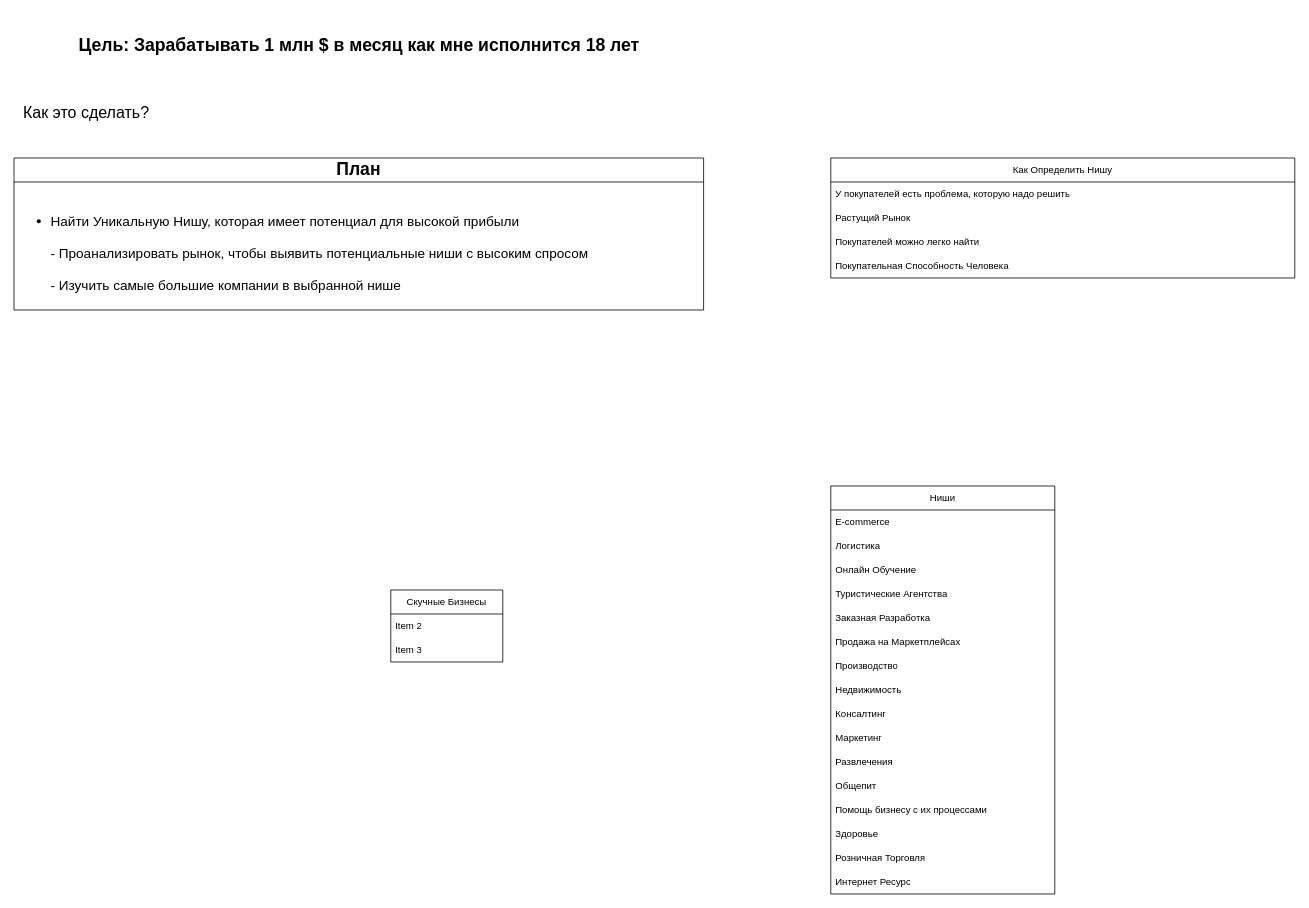
The draw.io diagram Мой Бизнес.drawio in 3Noleve/drawio-diagrams, before the edit. Source tidied: cells renumbered, new cells numbered last; positions are measured from the earlier drawing's top-left corner, leaving out a move shared by most shapes. Both pictures are drawn from the tidied source at 80%, with x=0, y=0 at pixel (14, 30).
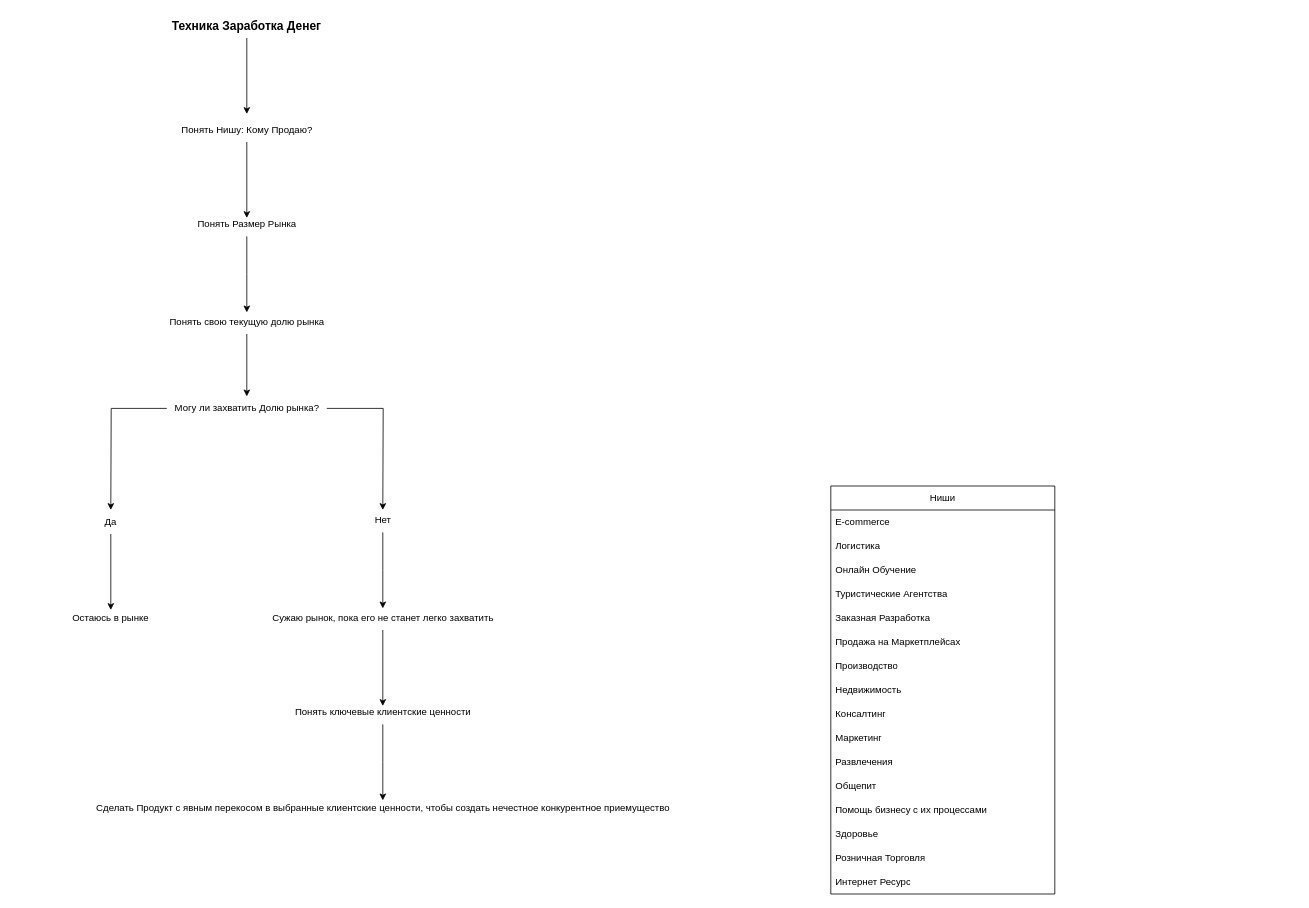
The same page after the edit.

What changed in the source:
```diff
@@
-    <mxCell id="2" value="&lt;font style=&quot;font-size: 22px;&quot;&gt;&lt;b&gt;Цель: Зарабатывать 1 млн $ в месяц как мне исполнится 18 лет&lt;/b&gt;&lt;/font&gt;" style="text;html=1;align=center;verticalAlign=middle;strokeColor=none;fillColor=none;" parent="1" vertex="1">
-      <mxGeometry x="71" width="720" height="40" as="geometry" />
-    </mxCell>
-    <mxCell id="3" value="&lt;font style=&quot;font-size: 20px;&quot;&gt;Как это сделать?&lt;/font&gt;" style="text;html=1;align=center;verticalAlign=middle;strokeColor=none;fillColor=none;" parent="1" vertex="1">
-      <mxGeometry y="83" width="180" height="40" as="geometry" />
-    </mxCell>
-    <mxCell id="4" value="&lt;font style=&quot;font-size: 22px;&quot;&gt;&lt;b&gt;План&lt;/b&gt;&lt;/font&gt;" style="swimlane;fontStyle=0;horizontal=1;startSize=30;whiteSpace=wrap;html=1;" parent="1" vertex="1">
-      <mxGeometry y="160" width="862" height="190" as="geometry" />
-    </mxCell>
-    <mxCell id="5" value="&lt;div&gt;&lt;span style=&quot;font-size: 17px;&quot;&gt;&lt;br&gt;&lt;/span&gt;&lt;/div&gt;&lt;ul style=&quot;font-size: 17px;&quot;&gt;&lt;li&gt;&lt;span style=&quot;font-size: 17px;&quot;&gt;Найти Уникальную Нишу, которая имеет потенциал для высокой прибыли&lt;br&gt;&lt;br&gt;- Проанализировать рынок, чтобы выявить потенциальные ниши с высоким спросом&lt;br&gt;&lt;/span&gt;&lt;br&gt;- Изучить самые большие компании в выбранной нише&lt;/li&gt;&lt;/ul&gt;" style="text;strokeColor=none;fillColor=none;align=left;verticalAlign=middle;spacingLeft=4;spacingRight=4;overflow=hidden;whiteSpace=wrap;html=1;" parent="4" vertex="1">
-      <mxGeometry y="30" width="862" height="160" as="geometry" />
-    </mxCell>
-    <mxCell id="6" value="Как Определить Нишу" style="swimlane;fontStyle=0;horizontal=1;startSize=30;whiteSpace=wrap;html=1;" parent="1" vertex="1">
-      <mxGeometry x="1021" y="160" width="580" height="150" as="geometry" />
-    </mxCell>
-    <mxCell id="7" value="У покупателей есть проблема, которую надо решить" style="text;strokeColor=none;fillColor=none;align=left;verticalAlign=middle;spacingLeft=4;spacingRight=4;overflow=hidden;whiteSpace=wrap;html=1;" parent="6" vertex="1">
-      <mxGeometry y="30" width="580" height="30" as="geometry" />
-    </mxCell>
-    <mxCell id="8" value="Растущий Рынок" style="text;strokeColor=none;fillColor=none;align=left;verticalAlign=middle;spacingLeft=4;spacingRight=4;overflow=hidden;whiteSpace=wrap;html=1;" parent="6" vertex="1">
-      <mxGeometry y="60" width="580" height="30" as="geometry" />
-    </mxCell>
-    <mxCell id="9" value="Покупателей можно легко найти" style="text;strokeColor=none;fillColor=none;align=left;verticalAlign=middle;spacingLeft=4;spacingRight=4;overflow=hidden;whiteSpace=wrap;html=1;" parent="6" vertex="1">
-      <mxGeometry y="90" width="580" height="30" as="geometry" />
-    </mxCell>
-    <mxCell id="10" value="Покупательная Способность Человека" style="text;strokeColor=none;fillColor=none;align=left;verticalAlign=middle;spacingLeft=4;spacingRight=4;overflow=hidden;whiteSpace=wrap;html=1;" parent="6" vertex="1">
-      <mxGeometry y="120" width="580" height="30" as="geometry" />
-    </mxCell>
@@
-    <mxCell id="28" value="Скучные Бизнесы" style="swimlane;fontStyle=0;horizontal=1;startSize=30;whiteSpace=wrap;html=1;" parent="1" vertex="1">
-      <mxGeometry x="471" y="700" width="140" height="90" as="geometry" />
-    </mxCell>
-    <mxCell id="29" value="Item 2" style="text;strokeColor=none;fillColor=none;align=left;verticalAlign=middle;spacingLeft=4;spacingRight=4;overflow=hidden;whiteSpace=wrap;html=1;" parent="28" vertex="1">
-      <mxGeometry y="30" width="140" height="30" as="geometry" />
-    </mxCell>
-    <mxCell id="30" value="Item 3" style="text;strokeColor=none;fillColor=none;align=left;verticalAlign=middle;spacingLeft=4;spacingRight=4;overflow=hidden;whiteSpace=wrap;html=1;" parent="28" vertex="1">
-      <mxGeometry y="60" width="140" height="30" as="geometry" />
-    </mxCell>
+    <mxCell id="31" style="edgeStyle=orthogonalEdgeStyle;rounded=0;jettySize=auto;html=1;" parent="1" edge="1" source="32">
+      <mxGeometry relative="1" as="geometry">
+        <mxPoint x="291" y="105" as="targetPoint" />
+      </mxGeometry>
+    </mxCell>
+    <mxCell id="32" value="&lt;b&gt;&lt;font style=&quot;font-size: 15px;&quot;&gt;Техника Заработка Денег&lt;/font&gt;&lt;/b&gt;" style="text;html=1;strokeColor=none;fillColor=none;align=center;verticalAlign=middle;whiteSpace=wrap;rounded=0;" parent="1" vertex="1">
+      <mxGeometry x="196" y="-20" width="190" height="30" as="geometry" />
+    </mxCell>
+    <mxCell id="33" style="edgeStyle=orthogonalEdgeStyle;rounded=0;orthogonalLoop=1;jettySize=auto;html=1;exitX=0.5;exitY=1;exitDx=0;exitDy=0;" parent="1" edge="1" source="32" target="32">
+      <mxGeometry relative="1" as="geometry" />
+    </mxCell>
+    <mxCell id="34" style="edgeStyle=orthogonalEdgeStyle;rounded=0;jettySize=auto;html=1;" parent="1" edge="1" source="35">
+      <mxGeometry relative="1" as="geometry">
+        <mxPoint x="291" y="235" as="targetPoint" />
+      </mxGeometry>
+    </mxCell>
+    <mxCell id="35" value="Понять Нишу: Кому Продаю?" style="text;html=1;align=center;verticalAlign=middle;points=[];strokeColor=none;fillColor=none;" parent="1" vertex="1">
+      <mxGeometry x="196" y="110" width="190" height="30" as="geometry" />
+    </mxCell>
+    <mxCell id="36" style="edgeStyle=orthogonalEdgeStyle;rounded=0;jettySize=auto;html=1;" parent="1" edge="1" source="37">
+      <mxGeometry relative="1" as="geometry">
+        <mxPoint x="291" y="353" as="targetPoint" />
+      </mxGeometry>
+    </mxCell>
+    <mxCell id="37" value="Понять Размер Рынка" style="text;html=1;align=center;verticalAlign=middle;points=[];strokeColor=none;fillColor=none;" parent="1" vertex="1">
+      <mxGeometry x="216" y="228" width="150" height="30" as="geometry" />
+    </mxCell>
+    <mxCell id="38" style="edgeStyle=orthogonalEdgeStyle;rounded=0;jettySize=auto;html=1;" parent="1" edge="1" source="40">
+      <mxGeometry relative="1" as="geometry">
+        <mxPoint x="121" y="600" as="targetPoint" />
+      </mxGeometry>
+    </mxCell>
+    <mxCell id="39" style="edgeStyle=orthogonalEdgeStyle;rounded=0;jettySize=auto;html=1;" parent="1" edge="1" source="40">
+      <mxGeometry relative="1" as="geometry">
+        <mxPoint x="461" y="600" as="targetPoint" />
+      </mxGeometry>
+    </mxCell>
+    <mxCell id="40" value="Могу ли захватить Долю рынка?" style="text;html=1;align=center;verticalAlign=middle;points=[];strokeColor=none;fillColor=none;" parent="1" vertex="1">
+      <mxGeometry x="191" y="458" width="200" height="30" as="geometry" />
+    </mxCell>
+    <mxCell id="41" style="edgeStyle=orthogonalEdgeStyle;rounded=0;jettySize=auto;html=1;" parent="1" edge="1" source="42">
+      <mxGeometry relative="1" as="geometry">
+        <mxPoint x="121" y="725" as="targetPoint" />
+      </mxGeometry>
+    </mxCell>
+    <mxCell id="42" value="Да" style="text;html=1;strokeColor=none;fillColor=none;align=center;verticalAlign=middle;whiteSpace=wrap;rounded=0;" parent="1" vertex="1">
+      <mxGeometry x="91" y="600" width="60" height="30" as="geometry" />
+    </mxCell>
+    <mxCell id="43" style="edgeStyle=orthogonalEdgeStyle;rounded=0;jettySize=auto;html=1;" parent="1" edge="1" source="44">
+      <mxGeometry relative="1" as="geometry">
+        <mxPoint x="461" y="723" as="targetPoint" />
+      </mxGeometry>
+    </mxCell>
+    <mxCell id="44" value="Нет" style="text;html=1;align=center;verticalAlign=middle;points=[];strokeColor=none;fillColor=none;" parent="1" vertex="1">
+      <mxGeometry x="441" y="598" width="40" height="30" as="geometry" />
+    </mxCell>
+    <mxCell id="45" value="Остаюсь в рынке" style="text;html=1;strokeColor=none;fillColor=none;align=center;verticalAlign=middle;whiteSpace=wrap;rounded=0;" parent="1" vertex="1">
+      <mxGeometry x="71" y="720" width="100" height="30" as="geometry" />
+    </mxCell>
+    <mxCell id="46" style="edgeStyle=orthogonalEdgeStyle;rounded=0;jettySize=auto;html=1;" parent="1" edge="1" source="47">
+      <mxGeometry relative="1" as="geometry">
+        <mxPoint x="461" y="845" as="targetPoint" />
+      </mxGeometry>
+    </mxCell>
+    <mxCell id="47" value="Сужаю рынок, пока его не станет легко захватить" style="text;html=1;align=center;verticalAlign=middle;points=[];strokeColor=none;fillColor=none;" parent="1" vertex="1">
+      <mxGeometry x="311" y="720" width="300" height="30" as="geometry" />
+    </mxCell>
+    <mxCell id="48" style="edgeStyle=orthogonalEdgeStyle;rounded=0;jettySize=auto;html=1;" parent="1" edge="1" source="49" target="40">
+      <mxGeometry relative="1" as="geometry" />
+    </mxCell>
+    <mxCell id="49" value="Понять свою текущую долю рынка" style="text;html=1;align=center;verticalAlign=middle;points=[];strokeColor=none;fillColor=none;" parent="1" vertex="1">
+      <mxGeometry x="181" y="350" width="220" height="30" as="geometry" />
+    </mxCell>
+    <mxCell id="50" style="edgeStyle=orthogonalEdgeStyle;rounded=0;jettySize=auto;html=1;" parent="1" edge="1" source="51">
+      <mxGeometry relative="1" as="geometry">
+        <mxPoint x="461" y="963" as="targetPoint" />
+      </mxGeometry>
+    </mxCell>
+    <mxCell id="51" value="Понять ключевые клиентские ценности" style="text;html=1;align=center;verticalAlign=middle;points=[];strokeColor=none;fillColor=none;" parent="1" vertex="1">
+      <mxGeometry x="341" y="838" width="240" height="30" as="geometry" />
+    </mxCell>
+    <mxCell id="52" value="Сделать Продукт с явным перекосом в выбранные клиентские ценности, чтобы создать нечестное конкурентное приемущество" style="text;html=1;align=center;verticalAlign=middle;strokeColor=none;fillColor=none;" parent="1" vertex="1">
+      <mxGeometry x="91" y="958" width="740" height="30" as="geometry" />
+    </mxCell>
```
